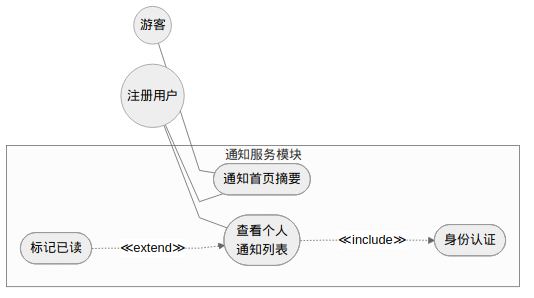
Wkjlovec/graduation_project_zhuang keeps this Mermaid diagram as docs/diagrams/fig3-5-notify-usecase.png. Above is the earlier version. Its source is kept beside it as docs/diagrams/fig3-5-notify-usecase.mmd.
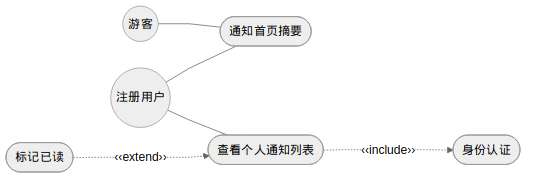
Later version of the same file.

What changed in the source:
```diff
@@ -1,18 +1,7 @@
-%%{init: {'theme': 'neutral', 'flowchart': {'curve': 'linear', 'rankSpacing': 35, 'nodeSpacing': 25}}}%%
+%%{init: {'theme': 'neutral', 'flowchart': {'curve': 'linear', 'rankSpacing': 50, 'nodeSpacing': 35}}}%%
 graph LR
-    Guest((游客))
-    User((注册用户))
-
-    subgraph 通知服务模块
-        direction TB
-        UC1([通知首页摘要])
-        UC2([查看个人\n通知列表])
-        UC3([身份认证])
-        UC4([标记已读])
-    end
-
-    Guest --- UC1
-    User --- UC1
-    User --- UC2
-    UC2 -..->|"≪include≫"| UC3
-    UC4 -..->|"≪extend≫"| UC2
+    Guest((游客)) --- UC1([通知首页摘要])
+    User((注册用户)) --- UC1
+    User --- UC2([查看个人通知列表])
+    UC2 -..->|"‹‹include››"| UC3([身份认证])
+    UC4([标记已读]) -..->|"‹‹extend››"| UC2
```
